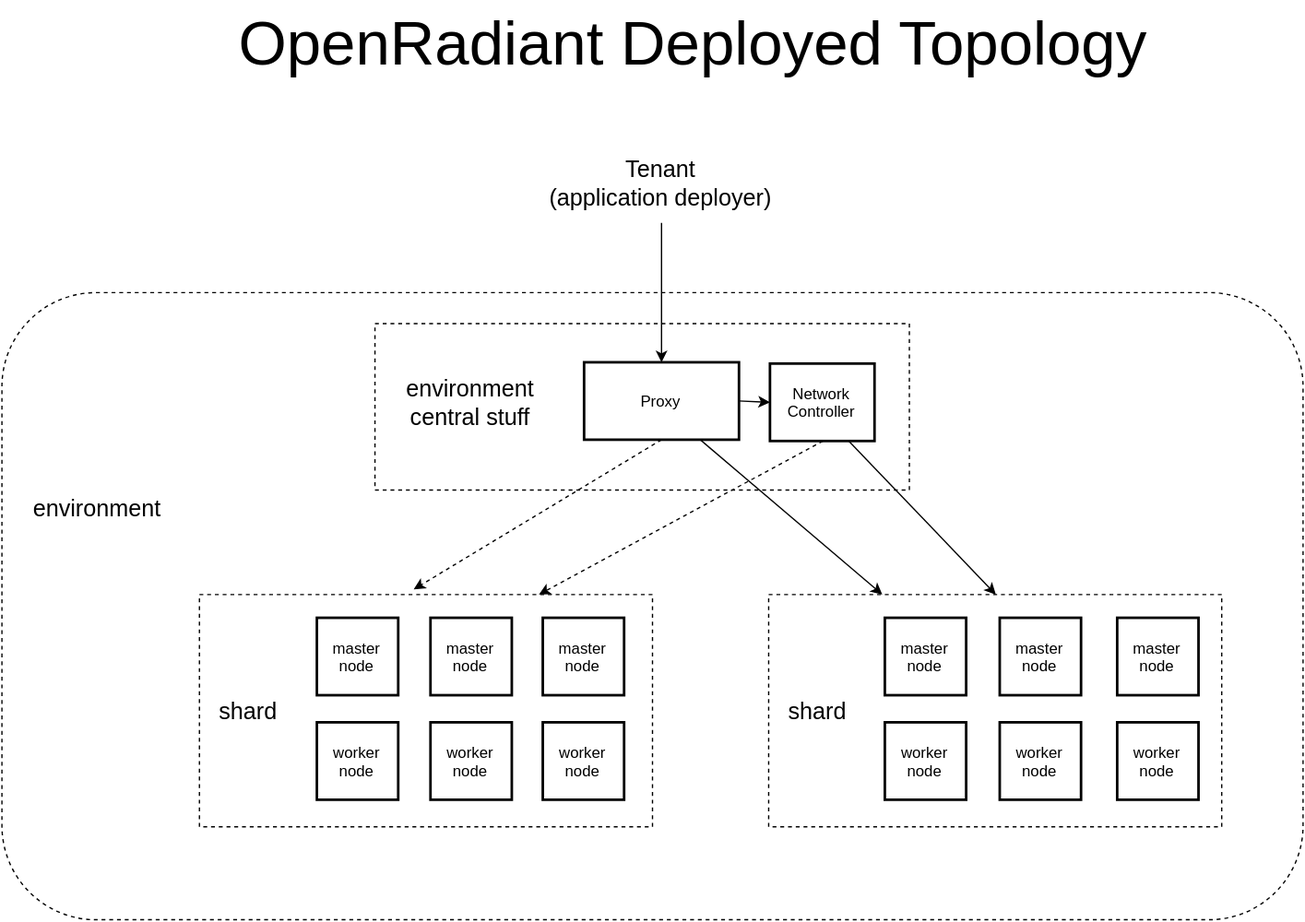
Before: docs/media/DeployedTopology.svg, a diagram exported from draw.io (xingzhou/containercafe). Source tidied: cells renumbered, new cells last; positions are measured from the earlier drawing's top-left corner, leaving out a move shared by most shapes.
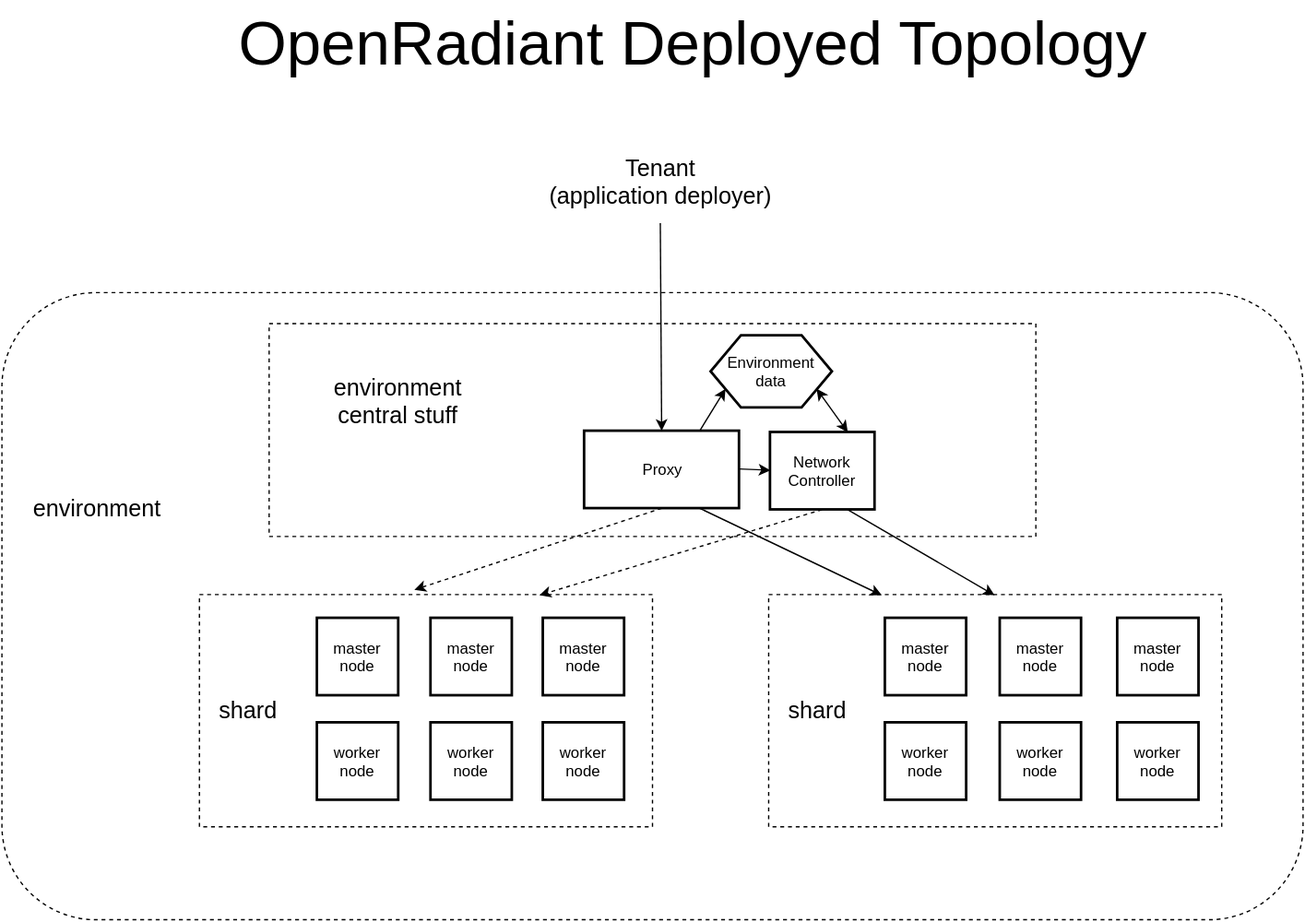
The same file after the commit.

Commit message:
Added environment data to picture of deployed topology

The edit, as a diff of the source:
```diff
@@ -12,16 +12,16 @@
       <mxGeometry x="153" y="459" width="351" height="180" as="geometry" />
     </mxCell>
     <mxCell id="5" style="whiteSpace=wrap;html=1;dashed=1;strokeWidth=1;fillColor=none;fontSize=18;" parent="1" vertex="1">
-      <mxGeometry x="289" y="249" width="414" height="129" as="geometry" />
+      <mxGeometry x="207" y="249" width="594" height="165" as="geometry" />
     </mxCell>
     <mxCell id="6" value="Proxy" style="whiteSpace=wrap;html=1;strokeWidth=2;" parent="1" vertex="1">
-      <mxGeometry x="451" y="279" width="120" height="60" as="geometry" />
+      <mxGeometry x="451" y="332" width="120" height="60" as="geometry" />
     </mxCell>
     <mxCell id="7" value="Network Controller" style="whiteSpace=wrap;html=1;strokeWidth=2;" parent="1" vertex="1">
-      <mxGeometry x="595" y="280" width="81" height="60" as="geometry" />
+      <mxGeometry x="595" y="333" width="81" height="60" as="geometry" />
     </mxCell>
     <mxCell id="8" value="environment central stuff" style="text;html=1;strokeColor=none;fillColor=none;align=center;verticalAlign=middle;whiteSpace=wrap;dashed=1;fontSize=18;" parent="1" vertex="1">
-      <mxGeometry x="307" y="286" width="112" height="47" as="geometry" />
+      <mxGeometry x="251" y="286" width="112" height="47" as="geometry" />
     </mxCell>
     <mxCell id="9" style="endArrow=classic;html=1;fontSize=18;entryX=0.5;entryY=0;exitX=0.5;exitY=1;" parent="1" edge="1" source="30" target="6">
       <mxGeometry relative="1" as="geometry" />
@@ -92,5 +92,14 @@
     <mxCell id="31" value="OpenRadiant Deployed Topology" style="text;html=1;strokeColor=none;fillColor=none;align=center;verticalAlign=middle;whiteSpace=wrap;dashed=1;fontSize=48;" parent="1" vertex="1">
       <mxGeometry x="171" width="729" height="63" as="geometry" />
     </mxCell>
+    <mxCell id="32" value="Environment data" style="shape=hexagon;perimeter=hexagonPerimeter;whiteSpace=wrap;html=1;strokeWidth=2;fillColor=none;fontSize=12;" parent="1" vertex="1">
+      <mxGeometry x="549" y="258" width="94" height="56" as="geometry" />
+    </mxCell>
+    <mxCell id="33" style="endArrow=classic;html=1;fontSize=18;entryX=0.125;entryY=0.75;exitX=0.75;exitY=0;entryPerimeter=0;" parent="1" edge="1" source="6" target="32">
+      <mxGeometry x="537.6" y="243.7" as="geometry" />
+    </mxCell>
+    <mxCell id="34" style="endArrow=classic;html=1;fontSize=18;entryX=0.875;entryY=0.75;exitX=0.75;exitY=0;entryPerimeter=0;startArrow=classic;startFill=1;" parent="1" edge="1" source="7" target="32">
+      <mxGeometry x="546.6" y="252.7" as="geometry" />
+    </mxCell>
   </root>
 </mxGraphModel>
```
